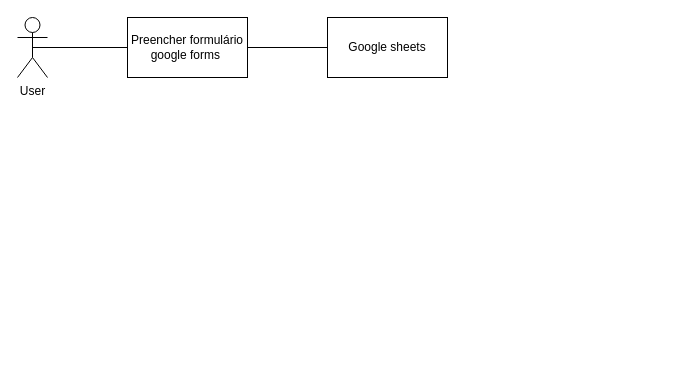
This is Untitled Diagram.drawio from BernardoTM/Pibex, a draw.io file, before an edit. Source tidied: cells renumbered, new cells numbered last; positions are measured from the earlier drawing's top-left corner, leaving out a move shared by most shapes. Both pictures are drawn from the tidied source at 100%, with x=0, y=0 at pixel (17, 17).
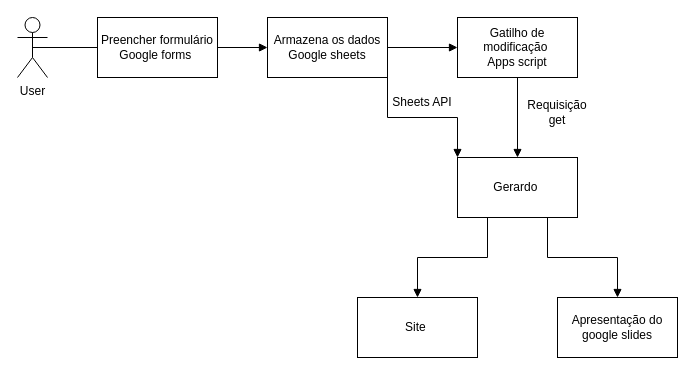
Above is the later version.

Diff of the diagram source:
```diff
@@
 <mxGraphModel>
   <root>
     <mxCell id="0" />
     <mxCell id="1" parent="0" />
     <mxCell id="2" style="edgeStyle=orthogonalEdgeStyle;rounded=0;jettySize=auto;html=1;exitX=0.5;exitY=0.5;exitDx=0;exitDy=0;exitPerimeter=0;endArrow=none;endFill=0;" parent="1" edge="1" source="3" target="5">
       <mxGeometry relative="1" as="geometry" />
     </mxCell>
     <mxCell id="3" value="User" style="shape=umlActor;verticalLabelPosition=bottom;verticalAlign=top;html=1;outlineConnect=0;" parent="1" vertex="1">
       <mxGeometry width="30" height="60" as="geometry" />
     </mxCell>
-    <mxCell id="4" style="edgeStyle=orthogonalEdgeStyle;rounded=0;jettySize=auto;html=1;exitX=1;exitY=0.5;exitDx=0;exitDy=0;endArrow=none;endFill=0;" parent="1" edge="1" source="5" target="6">
+    <mxCell id="4" style="edgeStyle=orthogonalEdgeStyle;rounded=0;jettySize=auto;html=1;exitX=1;exitY=0.5;exitDx=0;exitDy=0;endArrow=block;endFill=1;" parent="1" edge="1" source="5" target="6">
       <mxGeometry relative="1" as="geometry" />
     </mxCell>
-    <mxCell id="5" value="Preencher formulário google forms&amp;nbsp;" style="rounded=0;whiteSpace=wrap;html=1;" parent="1" vertex="1">
-      <mxGeometry x="110" width="120" height="60" as="geometry" />
+    <mxCell id="5" value="Preencher formulário&lt;br&gt;Google forms&amp;nbsp;" style="rounded=0;whiteSpace=wrap;html=1;" parent="1" vertex="1">
+      <mxGeometry x="80" width="120" height="60" as="geometry" />
     </mxCell>
+    <mxCell id="7" style="edgeStyle=orthogonalEdgeStyle;rounded=0;jettySize=auto;html=1;exitX=1;exitY=0.5;exitDx=0;exitDy=0;endArrow=block;endFill=1;" parent="1" edge="1" source="6" target="10">
+      <mxGeometry relative="1" as="geometry" />
+    </mxCell>
+    <mxCell id="8" style="edgeStyle=orthogonalEdgeStyle;rounded=0;jettySize=auto;html=1;exitX=1;exitY=1;exitDx=0;exitDy=0;entryX=0;entryY=0;entryDx=0;entryDy=0;endArrow=block;endFill=1;" parent="1" edge="1" source="6" target="13">
+      <mxGeometry relative="1" as="geometry" />
+    </mxCell>
-    <mxCell id="6" value="Google sheets" style="rounded=0;whiteSpace=wrap;html=1;" parent="1" vertex="1">
-      <mxGeometry x="310" width="120" height="60" as="geometry" />
+    <mxCell id="6" value="Armazena os dados&lt;br&gt;Google sheets" style="rounded=0;whiteSpace=wrap;html=1;" parent="1" vertex="1">
+      <mxGeometry x="250" width="120" height="60" as="geometry" />
     </mxCell>
+    <mxCell id="9" style="edgeStyle=orthogonalEdgeStyle;rounded=0;jettySize=auto;html=1;endArrow=block;endFill=1;" parent="1" edge="1" source="10" target="13">
+      <mxGeometry relative="1" as="geometry" />
+    </mxCell>
+    <mxCell id="10" value="Gatilho de modificação&amp;nbsp;&lt;br&gt;Apps script" style="rounded=0;whiteSpace=wrap;html=1;" parent="1" vertex="1">
+      <mxGeometry x="440" width="120" height="60" as="geometry" />
+    </mxCell>
+    <mxCell id="11" style="edgeStyle=orthogonalEdgeStyle;rounded=0;jettySize=auto;html=1;exitX=0.25;exitY=1;exitDx=0;exitDy=0;endArrow=block;endFill=1;" parent="1" edge="1" source="13" target="14">
+      <mxGeometry relative="1" as="geometry" />
+    </mxCell>
+    <mxCell id="12" style="edgeStyle=orthogonalEdgeStyle;rounded=0;jettySize=auto;html=1;exitX=0.75;exitY=1;exitDx=0;exitDy=0;endArrow=block;endFill=1;" parent="1" edge="1" source="13" target="17">
+      <mxGeometry relative="1" as="geometry" />
+    </mxCell>
+    <mxCell id="13" value="Gerardo&amp;nbsp;" style="rounded=0;whiteSpace=wrap;html=1;" parent="1" vertex="1">
+      <mxGeometry x="440" y="140" width="120" height="60" as="geometry" />
+    </mxCell>
+    <mxCell id="14" value="Site&amp;nbsp;" style="rounded=0;whiteSpace=wrap;html=1;" parent="1" vertex="1">
+      <mxGeometry x="340" y="280" width="120" height="60" as="geometry" />
+    </mxCell>
+    <mxCell id="15" value="Sheets API" style="text;html=1;strokeColor=none;fillColor=none;align=center;verticalAlign=middle;whiteSpace=wrap;rounded=0;" parent="1" vertex="1">
+      <mxGeometry x="370" y="70" width="70" height="30" as="geometry" />
+    </mxCell>
+    <mxCell id="16" value="Requisição get" style="text;html=1;strokeColor=none;fillColor=none;align=center;verticalAlign=middle;whiteSpace=wrap;rounded=0;" parent="1" vertex="1">
+      <mxGeometry x="510" y="80" width="60" height="30" as="geometry" />
+    </mxCell>
+    <mxCell id="17" value="Apresentação do google slides" style="rounded=0;whiteSpace=wrap;html=1;" parent="1" vertex="1">
+      <mxGeometry x="540" y="280" width="120" height="60" as="geometry" />
+    </mxCell>
   </root>
 </mxGraphModel>
```
